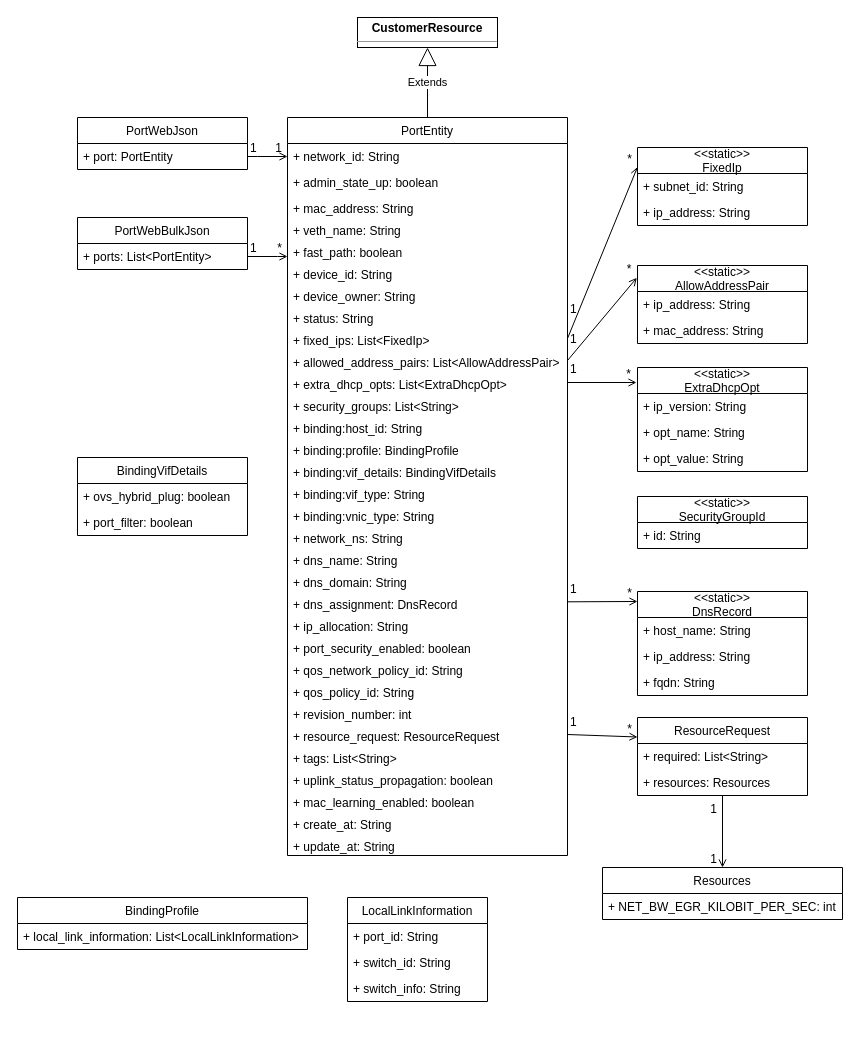
Before: port.drawio in cj-chung/diagrams, a draw.io diagram. Source tidied: cells renumbered, new cells numbered last; positions are measured from the earlier drawing's top-left corner, leaving out a move shared by most shapes. Both pictures are drawn from the tidied source at 100%, with x=0, y=0 at pixel (17, 17).
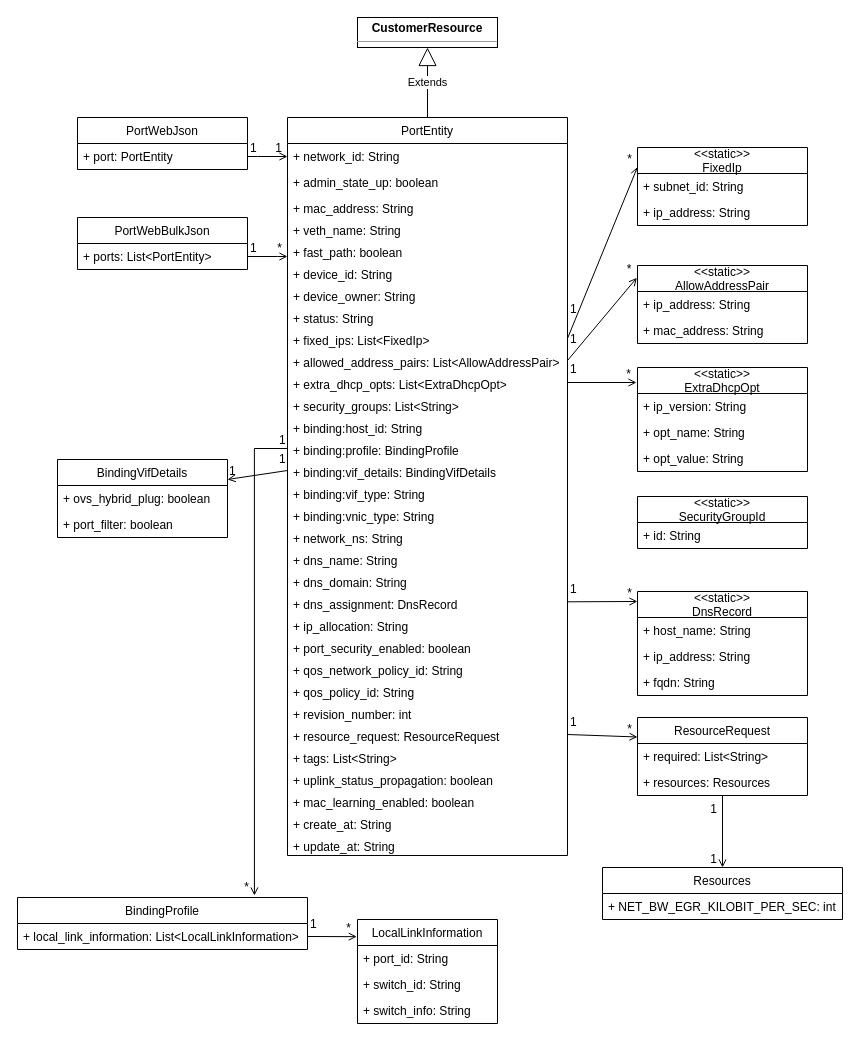
Above is the later version.

The change refers to these unchanged cells:
```xml
<mxCell id="16" value="+ binding:profile: BindingProfile&#10;" style="text;strokeColor=none;fillColor=none;align=left;verticalAlign=top;spacingLeft=4;spacingRight=4;overflow=hidden;points=[[0,0.5],[1,0.5]];portConstraint=eastwest;" parent="2" vertex="1">
  <mxGeometry y="320" width="280" height="22" as="geometry" />
</mxCell>
<mxCell id="17" value="+ binding:vif_details: BindingVifDetails&#10;" style="text;strokeColor=none;fillColor=none;align=left;verticalAlign=top;spacingLeft=4;spacingRight=4;overflow=hidden;points=[[0,0.5],[1,0.5]];portConstraint=eastwest;" parent="2" vertex="1">
  <mxGeometry y="342" width="280" height="22" as="geometry" />
</mxCell>
<mxCell id="63" value="BindingProfile" style="swimlane;fontStyle=0;horizontal=1;startSize=26;fillColor=none;" parent="1" vertex="1">
  <mxGeometry y="880" width="290" height="52" as="geometry" />
</mxCell>
<mxCell id="64" value="+ local_link_information: List&lt;LocalLinkInformation&gt;" style="text;strokeColor=none;fillColor=none;align=left;verticalAlign=top;spacingLeft=4;spacingRight=4;overflow=hidden;points=[[0,0.5],[1,0.5]];portConstraint=eastwest;" parent="63" vertex="1">
  <mxGeometry y="26" width="290" height="26" as="geometry" />
</mxCell>
```

What changed in the source:
```diff
@@
     <mxCell id="65" value="LocalLinkInformation" style="swimlane;fontStyle=0;horizontal=1;startSize=26;fillColor=none;" parent="1" vertex="1">
-      <mxGeometry x="330" y="880" width="140" height="104" as="geometry" />
+      <mxGeometry x="340" y="902" width="140" height="104" as="geometry" />
     </mxCell>
@@
     <mxCell id="69" value="BindingVifDetails" style="swimlane;fontStyle=0;horizontal=1;startSize=26;fillColor=none;" parent="1" vertex="1">
-      <mxGeometry x="60" y="440" width="170" height="78" as="geometry" />
+      <mxGeometry x="40" y="442" width="170" height="78" as="geometry" />
     </mxCell>
@@
+    <mxCell id="95" style="endArrow=open;shadow=0;strokeWidth=1;rounded=0;endFill=1;elbow=vertical;exitX=0;exitY=0.5;exitDx=0;exitDy=0;" parent="1" edge="1" source="17">
+      <mxGeometry x="0.5" y="41" relative="1" as="geometry">
+        <mxPoint x="210" y="462" as="targetPoint" />
+        <mxPoint x="-40" y="32" as="offset" />
+      </mxGeometry>
+    </mxCell>
+    <mxCell id="96" value="1" style="align=left;verticalAlign=bottom;labelBackgroundColor=none;fontSize=12;" parent="95" vertex="1">
+      <mxGeometry x="-1" relative="1" as="geometry">
+        <mxPoint x="-10" y="-3" as="offset" />
+      </mxGeometry>
+    </mxCell>
+    <mxCell id="97" value="1" style="align=right;verticalAlign=bottom;labelBackgroundColor=none;fontSize=12;" parent="95" vertex="1">
+      <mxGeometry x="1" relative="1" as="geometry">
+        <mxPoint x="10" as="offset" />
+      </mxGeometry>
+    </mxCell>
+    <mxCell id="98" style="edgeStyle=none;rounded=0;orthogonalLoop=1;jettySize=auto;html=1;exitX=0.75;exitY=0;exitDx=0;exitDy=0;" parent="1" edge="1" source="69" target="69">
+      <mxGeometry relative="1" as="geometry" />
+    </mxCell>
+    <mxCell id="99" style="endArrow=open;shadow=0;strokeWidth=1;rounded=0;endFill=1;elbow=vertical;entryX=0.817;entryY=-0.038;entryDx=0;entryDy=0;exitX=0;exitY=0.5;exitDx=0;exitDy=0;edgeStyle=orthogonalEdgeStyle;entryPerimeter=0;" parent="1" edge="1" source="16" target="63">
+      <mxGeometry x="0.5" y="41" relative="1" as="geometry">
+        <Array as="points">
+          <mxPoint x="237" y="431" />
+        </Array>
+        <mxPoint x="-40" y="32" as="offset" />
+      </mxGeometry>
+    </mxCell>
+    <mxCell id="100" value="1" style="align=left;verticalAlign=bottom;labelBackgroundColor=none;fontSize=12;" parent="99" vertex="1">
+      <mxGeometry x="-1" relative="1" as="geometry">
+        <mxPoint x="-10" as="offset" />
+      </mxGeometry>
+    </mxCell>
+    <mxCell id="101" value="*" style="align=right;verticalAlign=bottom;labelBackgroundColor=none;fontSize=12;" parent="99" vertex="1">
+      <mxGeometry x="1" relative="1" as="geometry">
+        <mxPoint x="-4" as="offset" />
+      </mxGeometry>
+    </mxCell>
+    <mxCell id="102" style="endArrow=open;shadow=0;strokeWidth=1;rounded=0;endFill=1;elbow=vertical;exitX=1;exitY=0.5;exitDx=0;exitDy=0;entryX=-0.005;entryY=0.165;entryDx=0;entryDy=0;entryPerimeter=0;" parent="1" edge="1" source="64" target="65">
+      <mxGeometry x="0.5" y="41" relative="1" as="geometry">
+        <mxPoint x="-40" y="32" as="offset" />
+      </mxGeometry>
+    </mxCell>
+    <mxCell id="103" value="1" style="align=left;verticalAlign=bottom;labelBackgroundColor=none;fontSize=12;" parent="102" vertex="1">
+      <mxGeometry x="-1" relative="1" as="geometry">
+        <mxPoint x="1" y="-4.3" as="offset" />
+      </mxGeometry>
+    </mxCell>
+    <mxCell id="104" value="*" style="align=right;verticalAlign=bottom;labelBackgroundColor=none;fontSize=12;" parent="102" vertex="1">
+      <mxGeometry x="1" relative="1" as="geometry">
+        <mxPoint x="-4" as="offset" />
+      </mxGeometry>
+    </mxCell>
```
